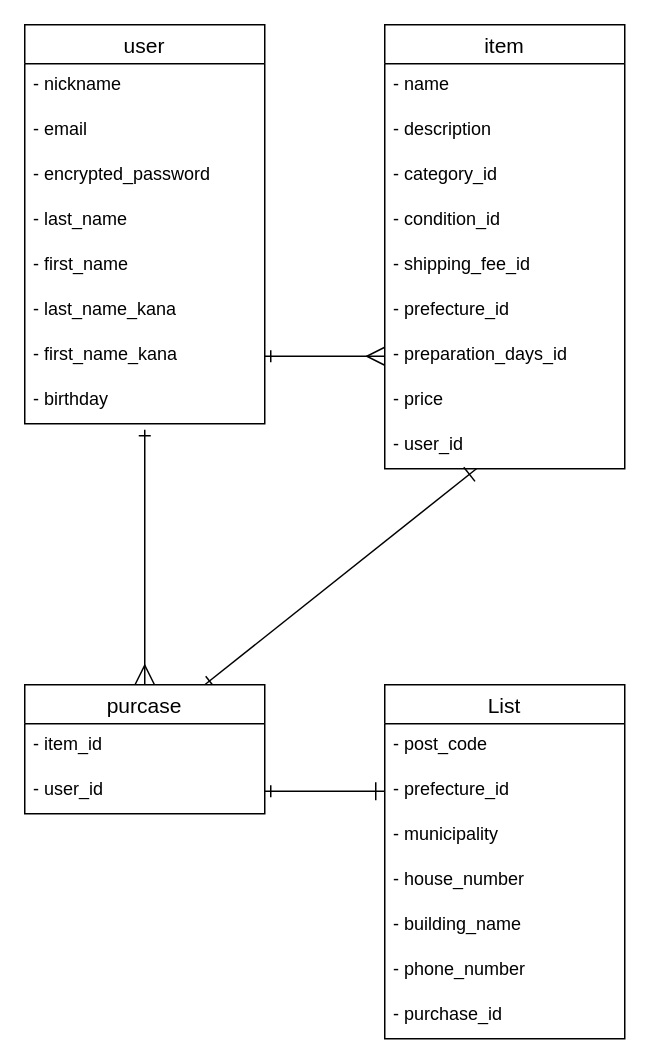
Earlier version of the draw.io diagram ir.dio (yanagi1111/furima-41476). Source tidied: cells renumbered, new cells numbered last; positions are measured from the earlier drawing's top-left corner, leaving out a move shared by most shapes. Both pictures are drawn from the tidied source at 150%, with x=0, y=0 at pixel (24, 24).
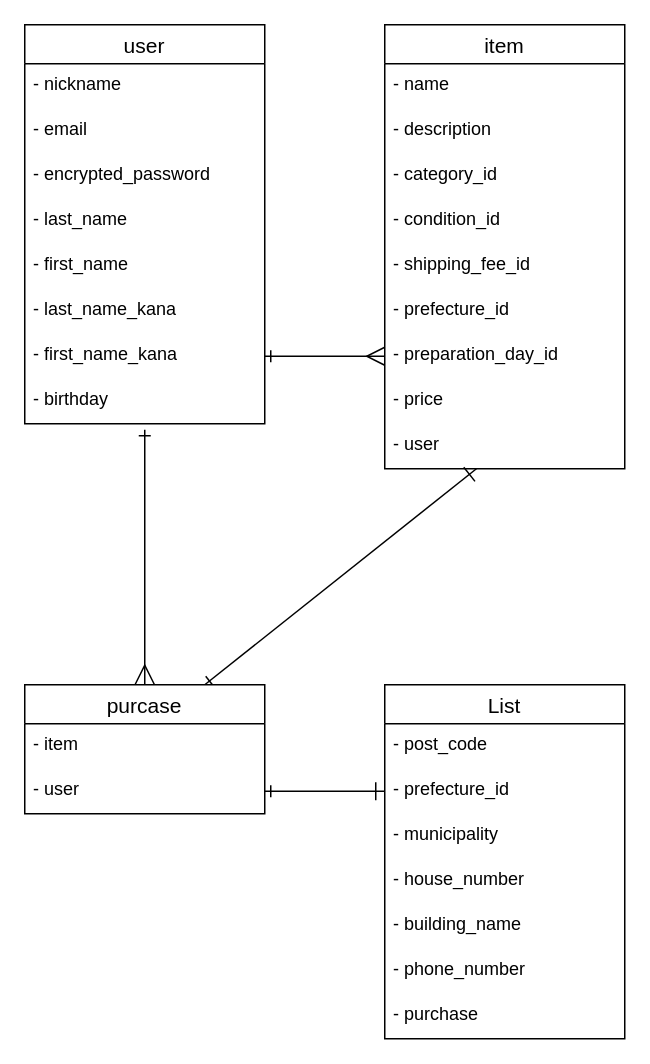
The same diagram, later.

Commit message (it also covers changes not shown here):
データベース設計の修正３

The change refers to these unchanged cells:
```xml
<mxCell id="11" value="item" style="swimlane;fontStyle=0;horizontal=1;startSize=26;align=center;fontSize=14;" parent="1" vertex="1">
  <mxGeometry x="240" width="160" height="296" as="geometry" />
</mxCell>
<mxCell id="22" value="purcase" style="swimlane;fontStyle=0;horizontal=1;startSize=26;align=center;fontSize=14;" parent="1" vertex="1">
  <mxGeometry y="440" width="160" height="86" as="geometry" />
</mxCell>
<mxCell id="25" value="List" style="swimlane;fontStyle=0;horizontal=1;startSize=26;align=center;fontSize=14;" parent="1" vertex="1">
  <mxGeometry x="240" y="440" width="160" height="236" as="geometry" />
</mxCell>
```

What changed in the source:
```diff
@@
-    <mxCell id="18" value="- preparation_days_id" style="text;strokeColor=none;fillColor=none;spacingLeft=4;spacingRight=4;overflow=hidden;points=[[0,0.5],[1,0.5]];portConstraint=eastwest;fontSize=12;" parent="11" vertex="1">
+    <mxCell id="18" value="- preparation_day_id" style="text;strokeColor=none;fillColor=none;spacingLeft=4;spacingRight=4;overflow=hidden;points=[[0,0.5],[1,0.5]];portConstraint=eastwest;fontSize=12;" parent="11" vertex="1">
       <mxGeometry y="206" width="160" height="30" as="geometry" />
     </mxCell>
@@
-    <mxCell id="20" value="- user_id" style="text;strokeColor=none;fillColor=none;spacingLeft=4;spacingRight=4;overflow=hidden;points=[[0,0.5],[1,0.5]];portConstraint=eastwest;fontSize=12;" parent="11" vertex="1">
+    <mxCell id="20" value="- user" style="text;strokeColor=none;fillColor=none;spacingLeft=4;spacingRight=4;overflow=hidden;points=[[0,0.5],[1,0.5]];portConstraint=eastwest;fontSize=12;" parent="11" vertex="1">
       <mxGeometry y="266" width="160" height="30" as="geometry" />
     </mxCell>
@@
-    <mxCell id="23" value="- item_id" style="text;strokeColor=none;fillColor=none;spacingLeft=4;spacingRight=4;overflow=hidden;fontSize=12;" parent="22" vertex="1">
+    <mxCell id="23" value="- item" style="text;strokeColor=none;fillColor=none;spacingLeft=4;spacingRight=4;overflow=hidden;fontSize=12;" parent="22" vertex="1">
       <mxGeometry y="26" width="160" height="30" as="geometry" />
     </mxCell>
-    <mxCell id="24" value="- user_id" style="text;strokeColor=none;fillColor=none;spacingLeft=4;spacingRight=4;overflow=hidden;points=[[0,0.5],[1,0.5]];portConstraint=eastwest;fontSize=12;" parent="22" vertex="1">
+    <mxCell id="24" value="- user" style="text;strokeColor=none;fillColor=none;spacingLeft=4;spacingRight=4;overflow=hidden;points=[[0,0.5],[1,0.5]];portConstraint=eastwest;fontSize=12;" parent="22" vertex="1">
       <mxGeometry y="56" width="160" height="30" as="geometry" />
     </mxCell>
@@
-    <mxCell id="32" value="- purchase_id" style="text;strokeColor=none;fillColor=none;spacingLeft=4;spacingRight=4;overflow=hidden;fontSize=12;" parent="25" vertex="1">
+    <mxCell id="32" value="- purchase" style="text;strokeColor=none;fillColor=none;spacingLeft=4;spacingRight=4;overflow=hidden;fontSize=12;" parent="25" vertex="1">
       <mxGeometry y="206" width="160" height="30" as="geometry" />
     </mxCell>
```
